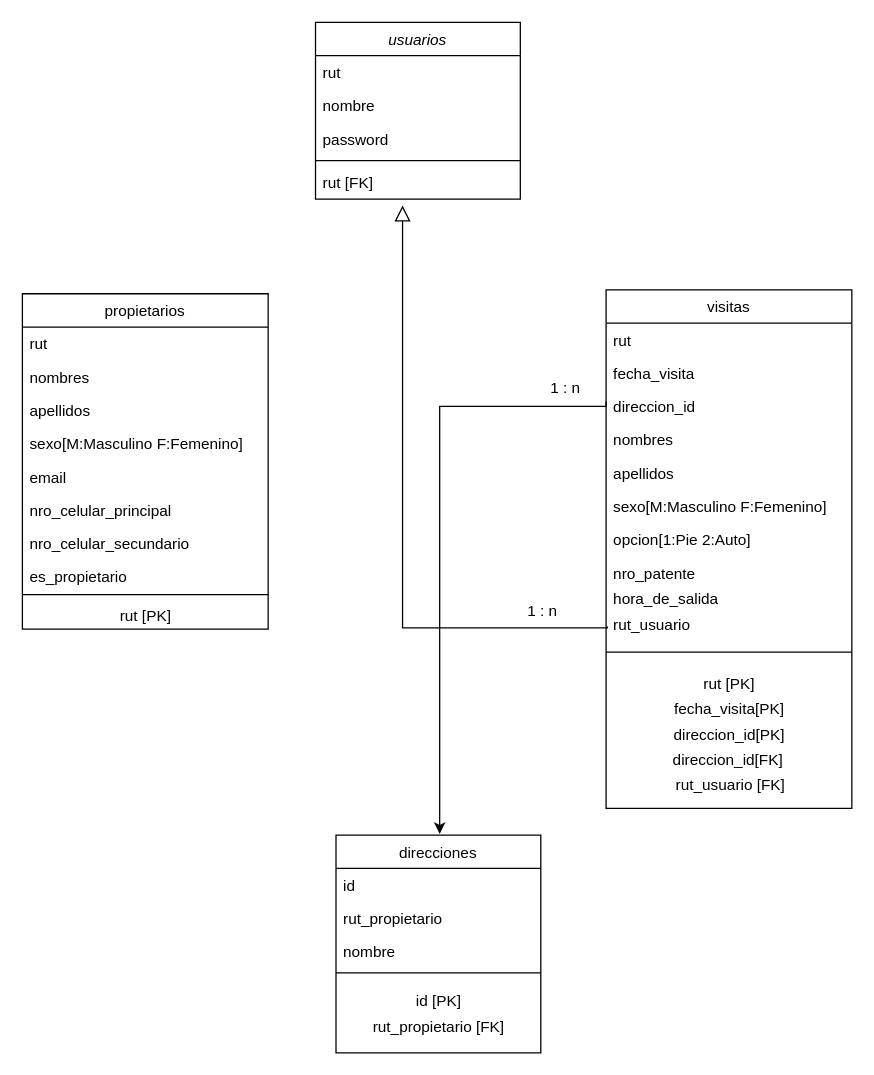
Above: documentos/diagrama1.drawio in FranciscoAtal/Control-de-Acceso-Peatonal-y-Vehicular (draw.io), before the change. Source tidied: cells renumbered, new cells numbered last; positions are measured from the earlier drawing's top-left corner, leaving out a move shared by most shapes. Both pictures are drawn from the tidied source at 128%, with x=0, y=0 at pixel (22, 22).
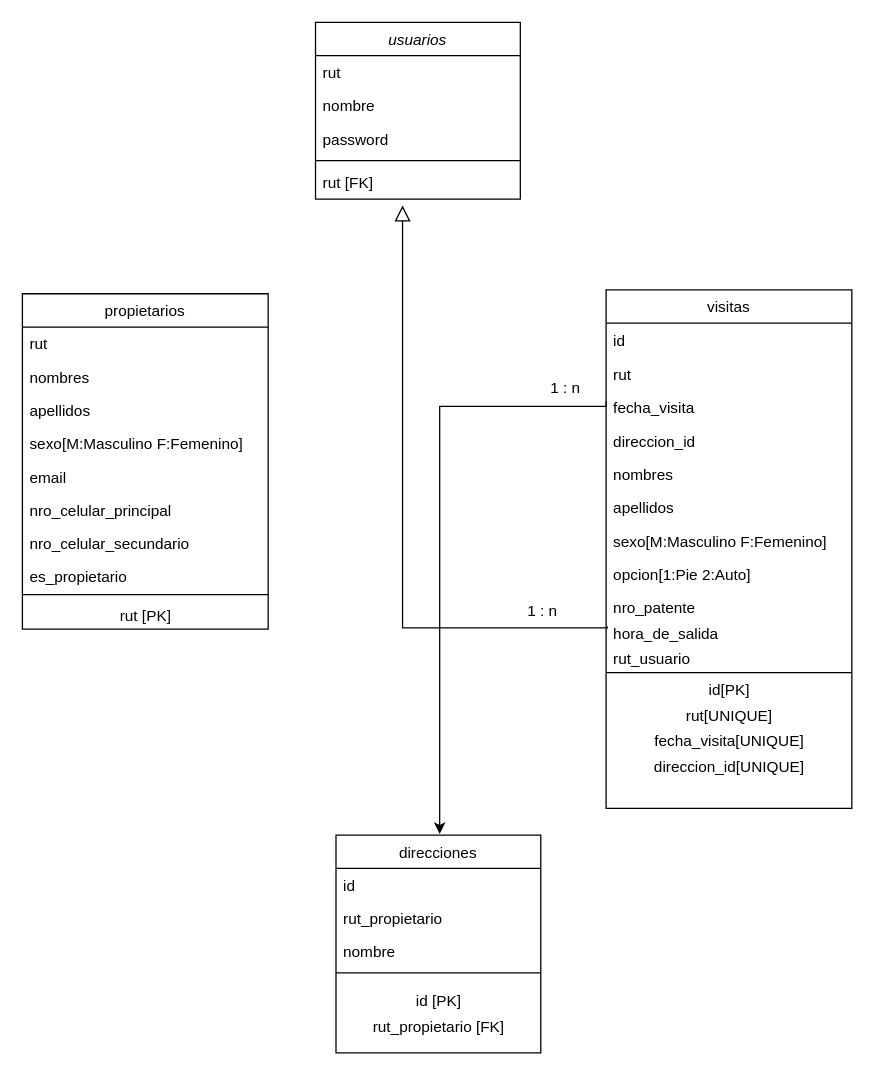
The same page after the edit.

Unchanged cells that the change refers to:
```xml
<mxCell id="8" value="visitas" style="swimlane;fontStyle=0;align=center;verticalAlign=top;horizontal=1;startSize=26;rounded=0;shadow=0;strokeWidth=1;" parent="1" vertex="1">
  <mxGeometry x="456" y="209" width="192" height="405" as="geometry" />
</mxCell>
```

The edit, as a diff of the source:
```diff
@@
+    <mxCell id="51" value="id" style="text;align=left;verticalAlign=top;spacingLeft=4;spacingRight=4;overflow=hidden;" parent="8" vertex="1">
+      <mxGeometry y="26" width="192" height="27" as="geometry" />
+    </mxCell>
     <mxCell id="9" value="rut" style="text;align=left;verticalAlign=top;spacingLeft=4;spacingRight=4;overflow=hidden;rounded=0;shadow=0;html=0;" parent="8" vertex="1">
-      <mxGeometry y="26" width="192" height="26" as="geometry" />
+      <mxGeometry y="53" width="192" height="26" as="geometry" />
     </mxCell>
     <mxCell id="10" value="fecha_visita" style="text;align=left;verticalAlign=top;spacingLeft=4;spacingRight=4;overflow=hidden;rounded=0;shadow=0;html=0;" parent="8" vertex="1">
-      <mxGeometry y="52" width="192" height="26" as="geometry" />
+      <mxGeometry y="79" width="192" height="26" as="geometry" />
     </mxCell>
     <mxCell id="11" value="direccion_id" style="text;align=left;verticalAlign=top;spacingLeft=4;spacingRight=4;overflow=hidden;rounded=0;shadow=0;html=0;" parent="8" vertex="1">
-      <mxGeometry y="78" width="192" height="26" as="geometry" />
+      <mxGeometry y="105" width="192" height="26" as="geometry" />
     </mxCell>
     <mxCell id="12" value="nombres" style="text;align=left;verticalAlign=top;spacingLeft=4;spacingRight=4;overflow=hidden;" parent="8" vertex="1">
-      <mxGeometry y="104" width="192" height="26" as="geometry" />
+      <mxGeometry y="131" width="192" height="26" as="geometry" />
     </mxCell>
     <mxCell id="13" value="apellidos" style="text;align=left;verticalAlign=top;spacingLeft=4;spacingRight=4;overflow=hidden;" parent="8" vertex="1">
-      <mxGeometry y="130" width="192" height="26" as="geometry" />
+      <mxGeometry y="157" width="192" height="26" as="geometry" />
     </mxCell>
     <mxCell id="14" value="sexo[M:Masculino F:Femenino]" style="text;align=left;verticalAlign=top;spacingLeft=4;spacingRight=4;overflow=hidden;rounded=0;shadow=0;html=0;" parent="8" vertex="1">
-      <mxGeometry y="156" width="192" height="26" as="geometry" />
+      <mxGeometry y="183" width="192" height="26" as="geometry" />
     </mxCell>
     <mxCell id="15" value="opcion[1:Pie 2:Auto]" style="text;align=left;verticalAlign=top;spacingLeft=4;spacingRight=4;overflow=hidden;" parent="8" vertex="1">
-      <mxGeometry y="182" width="192" height="26" as="geometry" />
+      <mxGeometry y="209" width="192" height="26" as="geometry" />
     </mxCell>
     <mxCell id="16" value="nro_patente" style="text;align=left;verticalAlign=top;spacingLeft=4;spacingRight=4;overflow=hidden;" parent="8" vertex="1">
-      <mxGeometry y="208" width="192" height="20" as="geometry" />
+      <mxGeometry y="235" width="192" height="20" as="geometry" />
     </mxCell>
     <mxCell id="17" value="hora_de_salida" style="text;align=left;verticalAlign=top;spacingLeft=4;spacingRight=4;overflow=hidden;" parent="8" vertex="1">
-      <mxGeometry y="228" width="192" height="20" as="geometry" />
+      <mxGeometry y="255" width="192" height="20" as="geometry" />
     </mxCell>
     <mxCell id="18" value="rut_usuario" style="text;align=left;verticalAlign=top;spacingLeft=4;spacingRight=4;overflow=hidden;" parent="8" vertex="1">
-      <mxGeometry y="248" width="192" height="20" as="geometry" />
+      <mxGeometry y="275" width="192" height="20" as="geometry" />
     </mxCell>
     <mxCell id="19" style="line;html=1;strokeWidth=1;align=left;verticalAlign=middle;spacingTop=-1;spacingLeft=3;spacingRight=3;labelPosition=right;" parent="8" vertex="1">
-      <mxGeometry y="268" width="192" height="30" as="geometry" />
+      <mxGeometry y="295" width="192" height="8" as="geometry" />
     </mxCell>
-    <mxCell id="20" value="rut [PK]" style="text;html=1;align=center;verticalAlign=middle;strokeColor=none;fillColor=none;" parent="8" vertex="1">
-      <mxGeometry y="298" width="192" height="20" as="geometry" />
-    </mxCell>
-    <mxCell id="21" value="fecha_visita[PK]" style="text;html=1;align=center;verticalAlign=middle;strokeColor=none;fillColor=none;" parent="8" vertex="1">
-      <mxGeometry y="318" width="192" height="20" as="geometry" />
+    <mxCell id="21" value="id[PK]" style="text;html=1;align=center;verticalAlign=middle;strokeColor=none;fillColor=none;" parent="8" vertex="1">
+      <mxGeometry y="303" width="192" height="20" as="geometry" />
     </mxCell>
+    <mxCell id="23" style="edgeStyle=elbowEdgeStyle;rounded=0;orthogonalLoop=1;jettySize=auto;elbow=vertical;html=1;entryX=0;entryY=0.5;entryDx=0;entryDy=0;" parent="8" edge="1">
+      <mxGeometry relative="1" as="geometry">
+        <mxPoint y="263" as="sourcePoint" />
+        <mxPoint y="263" as="targetPoint" />
+      </mxGeometry>
+    </mxCell>
-    <mxCell id="22" value="direccion_id[PK]" style="text;html=1;align=center;verticalAlign=middle;strokeColor=none;fillColor=none;" parent="8" vertex="1">
-      <mxGeometry y="338" width="192" height="20" as="geometry" />
+    <mxCell id="22" value="rut[UNIQUE]" style="text;html=1;align=center;verticalAlign=middle;strokeColor=none;fillColor=none;" parent="8" vertex="1">
+      <mxGeometry y="323" width="192" height="20" as="geometry" />
     </mxCell>
-    <mxCell id="23" style="edgeStyle=elbowEdgeStyle;rounded=0;orthogonalLoop=1;jettySize=auto;elbow=vertical;html=1;entryX=0;entryY=0.5;entryDx=0;entryDy=0;" parent="8" edge="1">
-      <mxGeometry relative="1" as="geometry">
-        <mxPoint y="263" as="sourcePoint" />
-        <mxPoint y="263" as="targetPoint" />
-      </mxGeometry>
-    </mxCell>
+    <mxCell id="52" value="fecha_visita[UNIQUE]" style="text;html=1;align=center;verticalAlign=middle;strokeColor=none;fillColor=none;" parent="8" vertex="1">
+      <mxGeometry y="343" width="192" height="20" as="geometry" />
+    </mxCell>
+    <mxCell id="53" value="direccion_id[UNIQUE]" style="text;html=1;align=center;verticalAlign=middle;strokeColor=none;fillColor=none;" parent="8" vertex="1">
+      <mxGeometry y="363" width="192" height="20" as="geometry" />
+    </mxCell>
@@
-    <mxCell id="49" value="direccion_id[FK]" style="text;html=1;align=center;verticalAlign=middle;strokeColor=none;fillColor=none;" parent="1" vertex="1">
-      <mxGeometry x="501" y="567" width="100" height="20" as="geometry" />
-    </mxCell>
-    <mxCell id="50" value="rut_usuario [FK]" style="text;html=1;align=center;verticalAlign=middle;strokeColor=none;fillColor=none;" parent="1" vertex="1">
-      <mxGeometry x="503" y="586" width="100" height="20" as="geometry" />
-    </mxCell>
```
